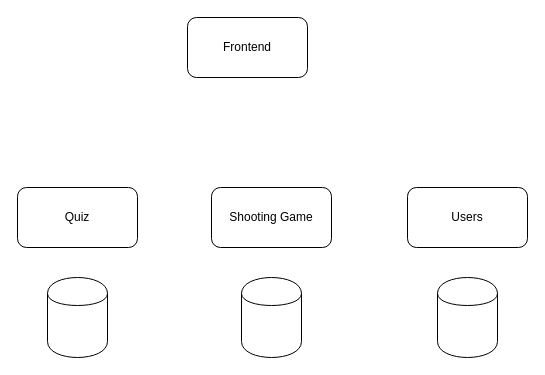
Before: ase_architecture.drawio in org-uzh-ase/org.uzh.ase.quiz, a draw.io diagram. Source tidied: cells renumbered, new cells numbered last; positions are measured from the earlier drawing's top-left corner, leaving out a move shared by most shapes. Both pictures are drawn from the tidied source at 100%, with x=0, y=0 at pixel (17, 17).
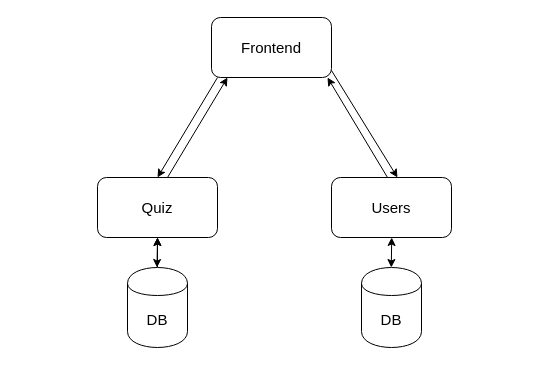
Above is the later version.

The edit, as a diff of the source:
```diff
@@
 <mxGraphModel>
   <root>
     <mxCell id="0" />
     <mxCell id="1" parent="0" />
-    <mxCell id="2" value="Frontend" style="rounded=1;whiteSpace=wrap;html=1;" parent="1" vertex="1">
-      <mxGeometry x="170" width="120" height="60" as="geometry" />
+    <mxCell id="2" value="Frontend" style="rounded=1;whiteSpace=wrap;html=1;fontSize=15;" parent="1" vertex="1">
+      <mxGeometry x="194" width="120" height="60" as="geometry" />
     </mxCell>
-    <mxCell id="3" value="Quiz" style="rounded=1;whiteSpace=wrap;html=1;" parent="1" vertex="1">
-      <mxGeometry y="170" width="120" height="60" as="geometry" />
+    <mxCell id="3" value="Quiz" style="rounded=1;whiteSpace=wrap;html=1;fontSize=15;" parent="1" vertex="1">
+      <mxGeometry x="80" y="160" width="120" height="60" as="geometry" />
     </mxCell>
+    <mxCell id="9" style="edgeStyle=orthogonalEdgeStyle;rounded=0;jettySize=auto;html=1;fontSize=15;" parent="1" edge="1" source="4" target="3">
+      <mxGeometry relative="1" as="geometry" />
+    </mxCell>
-    <mxCell id="4" style="shape=cylinder;whiteSpace=wrap;html=1;boundedLbl=1;backgroundOutline=1;" parent="1" vertex="1">
-      <mxGeometry x="30" y="260" width="60" height="80" as="geometry" />
+    <mxCell id="4" value="DB" style="shape=cylinder;whiteSpace=wrap;html=1;boundedLbl=1;backgroundOutline=1;fontSize=15;" parent="1" vertex="1">
+      <mxGeometry x="110" y="250" width="60" height="80" as="geometry" />
     </mxCell>
-    <mxCell id="5" value="Shooting Game" style="rounded=1;whiteSpace=wrap;html=1;" parent="1" vertex="1">
-      <mxGeometry x="194" y="170" width="120" height="60" as="geometry" />
-    </mxCell>
-    <mxCell id="6" style="shape=cylinder;whiteSpace=wrap;html=1;boundedLbl=1;backgroundOutline=1;" parent="1" vertex="1">
-      <mxGeometry x="224" y="260" width="60" height="80" as="geometry" />
-    </mxCell>
-    <mxCell id="7" value="Users" style="rounded=1;whiteSpace=wrap;html=1;" parent="1" vertex="1">
-      <mxGeometry x="390" y="170" width="120" height="60" as="geometry" />
+    <mxCell id="7" value="Users" style="rounded=1;whiteSpace=wrap;html=1;fontSize=15;" parent="1" vertex="1">
+      <mxGeometry x="314" y="160" width="120" height="60" as="geometry" />
     </mxCell>
-    <mxCell id="8" style="shape=cylinder;whiteSpace=wrap;html=1;boundedLbl=1;backgroundOutline=1;" parent="1" vertex="1">
-      <mxGeometry x="420" y="260" width="60" height="80" as="geometry" />
+    <mxCell id="8" value="DB" style="shape=cylinder;whiteSpace=wrap;html=1;boundedLbl=1;backgroundOutline=1;fontSize=15;" parent="1" vertex="1">
+      <mxGeometry x="344" y="250" width="60" height="80" as="geometry" />
     </mxCell>
+    <mxCell id="10" style="endArrow=classic;html=1;entryX=0.5;entryY=0;entryDx=0;entryDy=0;fontSize=15;" parent="1" edge="1">
+      <mxGeometry relative="1" as="geometry">
+        <mxPoint x="200" y="60" as="sourcePoint" />
+        <mxPoint x="140" y="160" as="targetPoint" />
+      </mxGeometry>
+    </mxCell>
+    <mxCell id="11" style="endArrow=classic;html=1;entryX=0.5;entryY=0;entryDx=0;entryDy=0;fontSize=15;" parent="1" edge="1">
+      <mxGeometry relative="1" as="geometry">
+        <mxPoint x="150" y="160" as="sourcePoint" />
+        <mxPoint x="210" y="60" as="targetPoint" />
+      </mxGeometry>
+    </mxCell>
+    <mxCell id="12" style="endArrow=classic;html=1;fontSize=15;" parent="1" edge="1">
+      <mxGeometry relative="1" as="geometry">
+        <mxPoint x="314" y="53" as="sourcePoint" />
+        <mxPoint x="380" y="160" as="targetPoint" />
+      </mxGeometry>
+    </mxCell>
+    <mxCell id="13" style="endArrow=classic;html=1;entryX=0.5;entryY=0;entryDx=0;entryDy=0;fontSize=15;" parent="1" edge="1">
+      <mxGeometry relative="1" as="geometry">
+        <mxPoint x="370" y="160" as="sourcePoint" />
+        <mxPoint x="310" y="60" as="targetPoint" />
+      </mxGeometry>
+    </mxCell>
+    <mxCell id="14" style="endArrow=classic;startArrow=classic;html=1;fontSize=15;" parent="1" edge="1">
+      <mxGeometry relative="1" as="geometry">
+        <mxPoint x="139.5" y="250" as="sourcePoint" />
+        <mxPoint x="140" y="220" as="targetPoint" />
+      </mxGeometry>
+    </mxCell>
+    <mxCell id="15" style="endArrow=classic;startArrow=classic;html=1;fontSize=15;" parent="1" edge="1">
+      <mxGeometry relative="1" as="geometry">
+        <mxPoint x="373.8" y="250" as="sourcePoint" />
+        <mxPoint x="374.2" y="220" as="targetPoint" />
+      </mxGeometry>
+    </mxCell>
   </root>
 </mxGraphModel>
```
